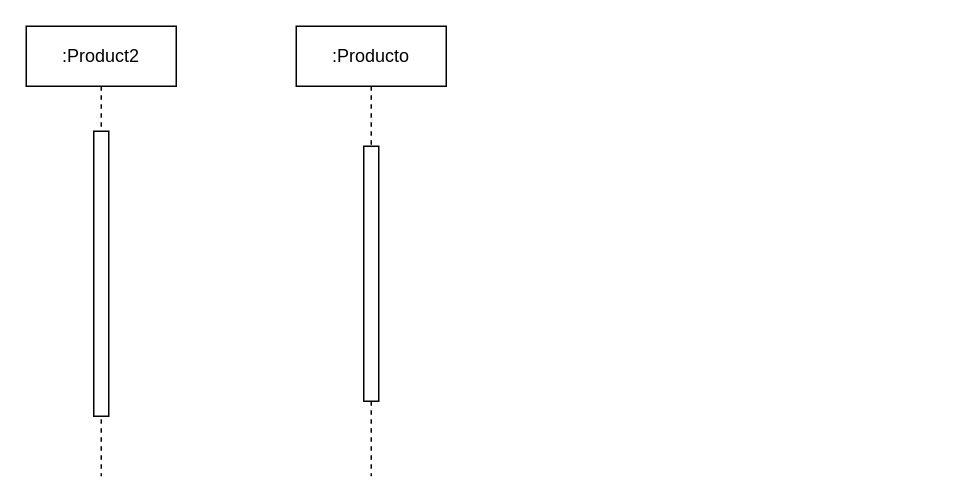
Earlier version of the draw.io diagram Componentes.drawio (TecladoZurdo/UML). Source tidied: cells renumbered, new cells numbered last; positions are measured from the earlier drawing's top-left corner, leaving out a move shared by most shapes. Both pictures are drawn from the tidied source at 150%, with x=0, y=0 at pixel (26, 26).
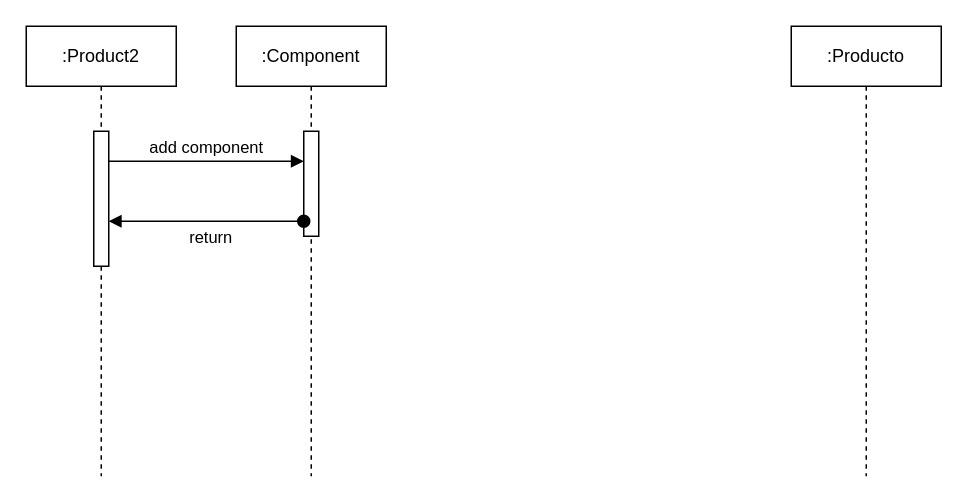
The same page after the edit.

Diff of the diagram source:
```diff
@@
 <mxGraphModel>
   <root>
     <mxCell id="0" />
     <mxCell id="1" parent="0" />
     <mxCell id="2" value=":Product2" style="shape=umlLifeline;perimeter=lifelinePerimeter;whiteSpace=wrap;html=1;newEdgeStyle={&quot;edgeStyle&quot;:&quot;elbowEdgeStyle&quot;,&quot;elbow&quot;:&quot;vertical&quot;,&quot;curved&quot;:0,&quot;rounded&quot;:0};" parent="1" vertex="1">
       <mxGeometry width="100" height="300" as="geometry" />
     </mxCell>
-    <mxCell id="3" style="html=1;perimeter=orthogonalPerimeter;targetShapes=umlLifeline;newEdgeStyle={&quot;edgeStyle&quot;:&quot;elbowEdgeStyle&quot;,&quot;elbow&quot;:&quot;vertical&quot;,&quot;curved&quot;:0,&quot;rounded&quot;:0};" parent="2" vertex="1">
-      <mxGeometry x="45" y="70" width="10" height="190" as="geometry" />
-    </mxCell>
+    <mxCell id="6" style="html=1;points=[];perimeter=orthogonalPerimeter;outlineConnect=0;targetShapes=umlLifeline;portConstraint=eastwest;newEdgeStyle={&quot;edgeStyle&quot;:&quot;elbowEdgeStyle&quot;,&quot;elbow&quot;:&quot;vertical&quot;,&quot;curved&quot;:0,&quot;rounded&quot;:0};" parent="2" vertex="1">
+      <mxGeometry x="45" y="70" width="10" height="90" as="geometry" />
+    </mxCell>
     <mxCell id="4" value=":Producto" style="shape=umlLifeline;perimeter=lifelinePerimeter;whiteSpace=wrap;html=1;newEdgeStyle={&quot;edgeStyle&quot;:&quot;elbowEdgeStyle&quot;,&quot;elbow&quot;:&quot;vertical&quot;,&quot;curved&quot;:0,&quot;rounded&quot;:0};" parent="1" vertex="1">
-      <mxGeometry x="180" width="100" height="300" as="geometry" />
+      <mxGeometry x="510" width="100" height="300" as="geometry" />
     </mxCell>
-    <mxCell id="5" style="html=1;perimeter=orthogonalPerimeter;targetShapes=umlLifeline;newEdgeStyle={&quot;edgeStyle&quot;:&quot;elbowEdgeStyle&quot;,&quot;elbow&quot;:&quot;vertical&quot;,&quot;curved&quot;:0,&quot;rounded&quot;:0};" parent="4" vertex="1">
-      <mxGeometry x="45" y="80" width="10" height="170" as="geometry" />
-    </mxCell>
+    <mxCell id="7" value=":Component" style="shape=umlLifeline;perimeter=lifelinePerimeter;whiteSpace=wrap;html=1;newEdgeStyle={&quot;edgeStyle&quot;:&quot;elbowEdgeStyle&quot;,&quot;elbow&quot;:&quot;vertical&quot;,&quot;curved&quot;:0,&quot;rounded&quot;:0};" parent="1" vertex="1">
+      <mxGeometry x="140" width="100" height="300" as="geometry" />
+    </mxCell>
+    <mxCell id="8" style="html=1;perimeter=orthogonalPerimeter;targetShapes=umlLifeline;newEdgeStyle={&quot;edgeStyle&quot;:&quot;elbowEdgeStyle&quot;,&quot;elbow&quot;:&quot;vertical&quot;,&quot;curved&quot;:0,&quot;rounded&quot;:0};" parent="7" vertex="1">
+      <mxGeometry x="45" y="70" width="10" height="70" as="geometry" />
+    </mxCell>
+    <mxCell id="9" value="add component" style="html=1;verticalAlign=bottom;endArrow=block;edgeStyle=elbowEdgeStyle;elbow=vertical;curved=0;rounded=0;" parent="1" edge="1">
+      <mxGeometry relative="1" as="geometry">
+        <mxPoint x="55" y="90" as="sourcePoint" />
+        <mxPoint x="185" y="90" as="targetPoint" />
+      </mxGeometry>
+    </mxCell>
+    <mxCell id="10" value="return" style="html=1;verticalAlign=bottom;startArrow=oval;startFill=1;endArrow=block;startSize=8;edgeStyle=elbowEdgeStyle;elbow=vertical;curved=0;rounded=0;" parent="1" edge="1" target="6">
+      <mxGeometry x="-0.04" y="20" relative="1" as="geometry">
+        <mxPoint x="185" y="130" as="sourcePoint" />
+      </mxGeometry>
+    </mxCell>
   </root>
 </mxGraphModel>
```
